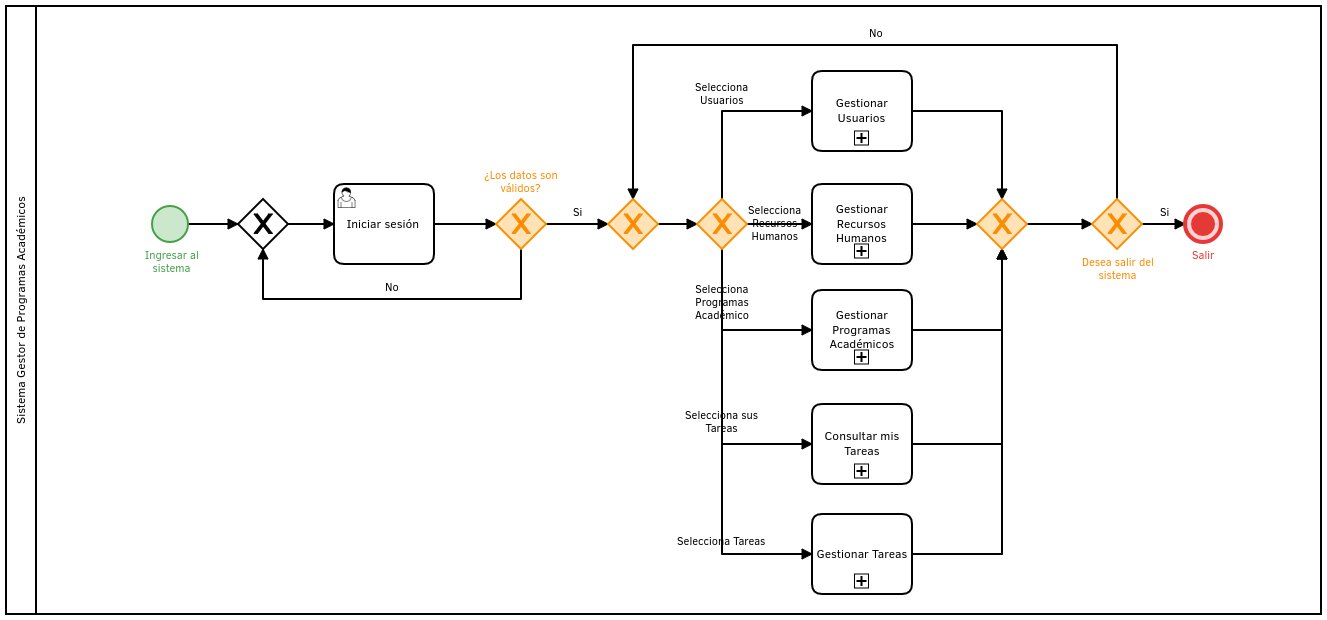
Above: Manual de Usuario/Jefe de Innovación Educatva/images/SP1/ProcesoGeneral.png in SoftwareEngineerESCOM/IngSof (BPMN), before the change. Its source is kept beside it as Manual de Usuario/Jefe de Innovación Educatva/images/SP1/ProcesoGeneral.bpmn. Ids are renumbered.
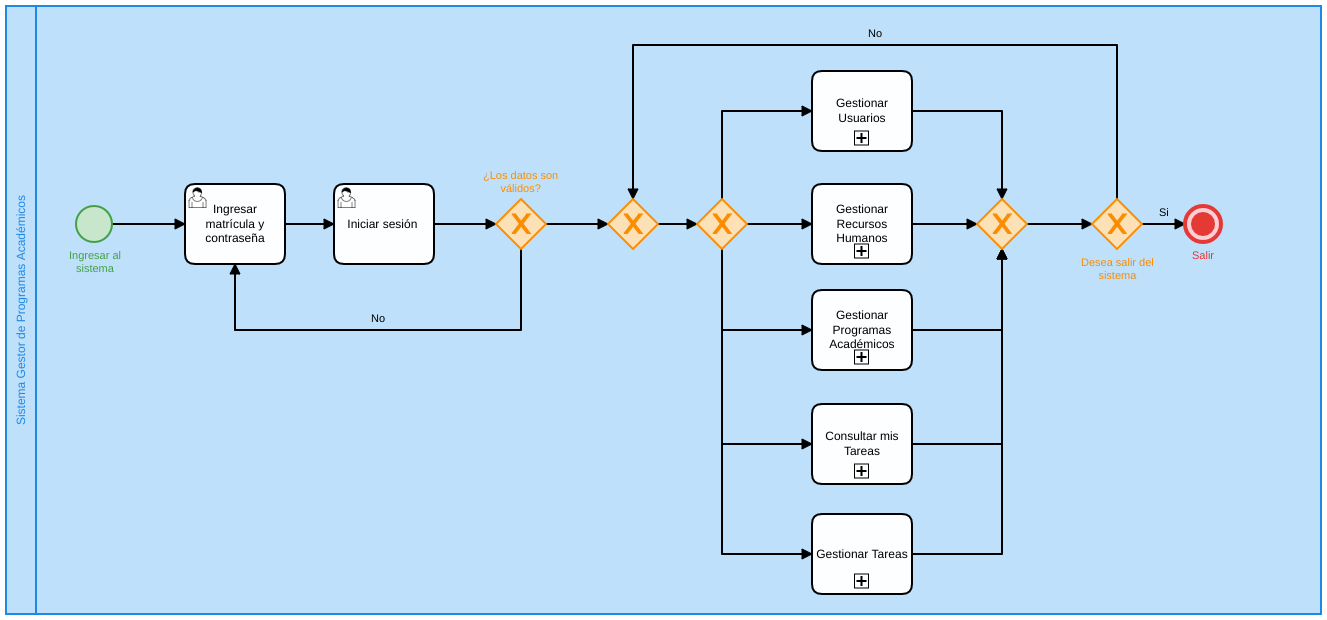
Above is the later version.

The edit, as a diff of the source:
```diff
@@ -1,4 +1,4 @@
-<bpmn:definitions xmlns:bpmn="http://www.omg.org/spec/BPMN/20100524/MODEL" xmlns:bpmndi="http://www.omg.org/spec/BPMN/20100524/DI" xmlns:di="http://www.omg.org/spec/DD/20100524/DI" xmlns:dc="http://www.omg.org/spec/DD/20100524/DC" xmlns:bioc="http://bpmn.io/schema/bpmn/biocolor/1.0" id="Definitions_n1" targetNamespace="http://bpmn.io/schema/bpmn" exporter="Camunda Modeler" exporterVersion="2.0.3">
+<bpmn:definitions xmlns:bpmn="http://www.omg.org/spec/BPMN/20100524/MODEL" xmlns:bpmndi="http://www.omg.org/spec/BPMN/20100524/DI" xmlns:di="http://www.omg.org/spec/DD/20100524/DI" xmlns:dc="http://www.omg.org/spec/DD/20100524/DC" xmlns:bioc="http://bpmn.io/schema/bpmn/biocolor/1.0" id="Definitions_n1" targetNamespace="http://bpmn.io/schema/bpmn" exporter="Camunda Modeler" exporterVersion="2.0.1">
   <bpmn:collaboration id="Collaboration_n2">
     <bpmn:participant id="Participant_n3" name="Sistema Gestor de Programas Académicos" processRef="Process_1" />
   </bpmn:collaboration>
@@ -6,10 +6,13 @@
     <bpmn:sequenceFlow id="SequenceFlow_n4" sourceRef="Task_n5" targetRef="ExclusiveGateway_n6" />
     <bpmn:sequenceFlow id="SequenceFlow_n7" sourceRef="Task_n8" targetRef="ExclusiveGateway_n6" />
     <bpmn:sequenceFlow id="SequenceFlow_n9" sourceRef="Task_n10" targetRef="ExclusiveGateway_n6" />
-    <bpmn:sequenceFlow id="SequenceFlow_n11" name="Selecciona Programas Académico" sourceRef="ExclusiveGateway_n12" targetRef="Task_n5" />
-    <bpmn:sequenceFlow id="SequenceFlow_n13" name="Selecciona Recursos Humanos" sourceRef="ExclusiveGateway_n12" targetRef="Task_n8" />
-    <bpmn:sequenceFlow id="SequenceFlow_n14" name="Selecciona Usuarios" sourceRef="ExclusiveGateway_n12" targetRef="Task_n10" />
+    <bpmn:sequenceFlow id="SequenceFlow_n11" sourceRef="ExclusiveGateway_n12" targetRef="Task_n5" />
+    <bpmn:sequenceFlow id="SequenceFlow_n13" sourceRef="ExclusiveGateway_n12" targetRef="Task_n8" />
+    <bpmn:sequenceFlow id="SequenceFlow_n14" sourceRef="ExclusiveGateway_n12" targetRef="Task_n10" />
     <bpmn:sequenceFlow id="SequenceFlow_n15" sourceRef="Task_n16" targetRef="ExclusiveGateway_n17" />
+    <bpmn:sequenceFlow id="SequenceFlow_n36" name="No" sourceRef="ExclusiveGateway_n17" targetRef="Task_n37" />
+    <bpmn:sequenceFlow id="SequenceFlow_n38" sourceRef="StartEvent_1" targetRef="Task_n37" />
+    <bpmn:sequenceFlow id="SequenceFlow_n39" sourceRef="Task_n37" targetRef="Task_n16" />
     <bpmn:subProcess id="Task_n5" name="Gestionar Programas Académicos">
       <bpmn:incoming>SequenceFlow_n11</bpmn:incoming>
       <bpmn:outgoing>SequenceFlow_n4</bpmn:outgoing>
@@ -30,16 +33,24 @@
       <bpmn:outgoing>SequenceFlow_n19</bpmn:outgoing>
       <bpmn:outgoing>SequenceFlow_n20</bpmn:outgoing>
     </bpmn:exclusiveGateway>
+    <bpmn:userTask id="Task_n37" name="Ingresar &#10;matrícula y contraseña">
+      <bpmn:incoming>SequenceFlow_n36</bpmn:incoming>
+      <bpmn:incoming>SequenceFlow_n38</bpmn:incoming>
+      <bpmn:outgoing>SequenceFlow_n39</bpmn:outgoing>
+    </bpmn:userTask>
     <bpmn:exclusiveGateway id="ExclusiveGateway_n17" name="¿Los datos son válidos?">
       <bpmn:incoming>SequenceFlow_n15</bpmn:incoming>
+      <bpmn:outgoing>SequenceFlow_n36</bpmn:outgoing>
       <bpmn:outgoing>SequenceFlow_n21</bpmn:outgoing>
-      <bpmn:outgoing>SequenceFlow_n22</bpmn:outgoing>
     </bpmn:exclusiveGateway>
     <bpmn:userTask id="Task_n16" name="Iniciar sesión ">
-      <bpmn:incoming>SequenceFlow_n23</bpmn:incoming>
+      <bpmn:incoming>SequenceFlow_n39</bpmn:incoming>
       <bpmn:outgoing>SequenceFlow_n15</bpmn:outgoing>
     </bpmn:userTask>
-    <bpmn:sequenceFlow id="SequenceFlow_n21" name="Si" sourceRef="ExclusiveGateway_n17" targetRef="ExclusiveGateway_n24" />
+    <bpmn:startEvent id="StartEvent_1" name="Ingresar al sistema">
+      <bpmn:outgoing>SequenceFlow_n38</bpmn:outgoing>
+    </bpmn:startEvent>
+    <bpmn:sequenceFlow id="SequenceFlow_n21" sourceRef="ExclusiveGateway_n17" targetRef="ExclusiveGateway_n24" />
     <bpmn:sequenceFlow id="SequenceFlow_n18" sourceRef="ExclusiveGateway_n24" targetRef="ExclusiveGateway_n12" />
     <bpmn:exclusiveGateway id="ExclusiveGateway_n25" name="Desea salir del sistema">
       <bpmn:incoming>SequenceFlow_n26</bpmn:incoming>
@@ -66,8 +77,8 @@
       <bpmn:incoming>SequenceFlow_n28</bpmn:incoming>
       <bpmn:outgoing>SequenceFlow_n18</bpmn:outgoing>
     </bpmn:exclusiveGateway>
-    <bpmn:sequenceFlow id="SequenceFlow_n19" name="Selecciona sus Tareas" sourceRef="ExclusiveGateway_n12" targetRef="Task_n32" />
-    <bpmn:sequenceFlow id="SequenceFlow_n20" name="Selecciona Tareas" sourceRef="ExclusiveGateway_n12" targetRef="Task_n33" />
+    <bpmn:sequenceFlow id="SequenceFlow_n19" sourceRef="ExclusiveGateway_n12" targetRef="Task_n32" />
+    <bpmn:sequenceFlow id="SequenceFlow_n20" sourceRef="ExclusiveGateway_n12" targetRef="Task_n33" />
     <bpmn:sequenceFlow id="SequenceFlow_n30" sourceRef="Task_n33" targetRef="ExclusiveGateway_n6" />
     <bpmn:sequenceFlow id="SequenceFlow_n31" sourceRef="Task_n32" targetRef="ExclusiveGateway_n6" />
     <bpmn:subProcess id="Task_n32" name="Consultar mis Tareas">
@@ -78,27 +89,16 @@
       <bpmn:incoming>SequenceFlow_n20</bpmn:incoming>
       <bpmn:outgoing>SequenceFlow_n30</bpmn:outgoing>
     </bpmn:subProcess>
-    <bpmn:startEvent id="StartEvent_1" name="Ingresar al sistema">
-      <bpmn:outgoing>SequenceFlow_n34</bpmn:outgoing>
-    </bpmn:startEvent>
-    <bpmn:exclusiveGateway id="ExclusiveGateway_n35">
-      <bpmn:incoming>SequenceFlow_n34</bpmn:incoming>
-      <bpmn:incoming>SequenceFlow_n22</bpmn:incoming>
-      <bpmn:outgoing>SequenceFlow_n23</bpmn:outgoing>
-    </bpmn:exclusiveGateway>
-    <bpmn:sequenceFlow id="SequenceFlow_n34" sourceRef="StartEvent_1" targetRef="ExclusiveGateway_n35" />
-    <bpmn:sequenceFlow id="SequenceFlow_n23" sourceRef="ExclusiveGateway_n35" targetRef="Task_n16" />
-    <bpmn:sequenceFlow id="SequenceFlow_n22" name="No" sourceRef="ExclusiveGateway_n17" targetRef="ExclusiveGateway_n35" />
   </bpmn:process>
   <bpmndi:BPMNDiagram id="BPMNDiagram_1">
     <bpmndi:BPMNPlane id="BPMNPlane_1" bpmnElement="Collaboration_n2">
-      <bpmndi:BPMNShape id="Participant_n3_di" bpmnElement="Participant_n3">
+      <bpmndi:BPMNShape id="Participant_n3_di" bpmnElement="Participant_n3" bioc:stroke="#1E88E5" bioc:fill="#BBDEFB">
         <dc:Bounds x="92" y="-99" width="1315" height="608" />
       </bpmndi:BPMNShape>
       <bpmndi:BPMNShape id="_BPMNShape_StartEvent_2" bpmnElement="StartEvent_1" bioc:stroke="#43A047" bioc:fill="#C8E6C9">
-        <dc:Bounds x="238" y="101" width="36" height="36" />
+        <dc:Bounds x="162" y="101" width="36" height="36" />
         <bpmndi:BPMNLabel>
-          <dc:Bounds x="231" y="144" width="53" height="27" />
+          <dc:Bounds x="155" y="144" width="52" height="27" />
         </bpmndi:BPMNLabel>
       </bpmndi:BPMNShape>
       <bpmndi:BPMNShape id="UserTask_0u307z2_di" bpmnElement="Task_n16">
@@ -114,11 +114,31 @@
         <di:waypoint x="520" y="119" />
         <di:waypoint x="582" y="119" />
       </bpmndi:BPMNEdge>
+      <bpmndi:BPMNEdge id="SequenceFlow_n36_di" bpmnElement="SequenceFlow_n36">
+        <di:waypoint x="607" y="144" />
+        <di:waypoint x="607" y="225" />
+        <di:waypoint x="321" y="225" />
+        <di:waypoint x="321" y="159" />
+        <bpmndi:BPMNLabel>
+          <dc:Bounds x="457" y="207" width="15" height="14" />
+        </bpmndi:BPMNLabel>
+      </bpmndi:BPMNEdge>
+      <bpmndi:BPMNEdge id="SequenceFlow_n38_di" bpmnElement="SequenceFlow_n38">
+        <di:waypoint x="198" y="119" />
+        <di:waypoint x="271" y="119" />
+      </bpmndi:BPMNEdge>
+      <bpmndi:BPMNEdge id="SequenceFlow_n39_di" bpmnElement="SequenceFlow_n39">
+        <di:waypoint x="371" y="119" />
+        <di:waypoint x="420" y="119" />
+      </bpmndi:BPMNEdge>
       <bpmndi:BPMNShape id="EndEvent_0g9lc97_di" bpmnElement="EndEvent_n29" bioc:stroke="#E53935" bioc:fill="#FFCDD2">
         <dc:Bounds x="1271" y="101" width="36" height="36" />
         <bpmndi:BPMNLabel>
           <dc:Bounds x="1278" y="144" width="23" height="14" />
         </bpmndi:BPMNLabel>
+      </bpmndi:BPMNShape>
+      <bpmndi:BPMNShape id="UserTask_12f2yu4_di" bpmnElement="Task_n37">
+        <dc:Bounds x="271" y="79" width="100" height="80" />
       </bpmndi:BPMNShape>
       <bpmndi:BPMNShape id="ExclusiveGateway_n12_di" bpmnElement="ExclusiveGateway_n12" isMarkerVisible="true" bioc:stroke="#FB8C00" bioc:fill="#FFE0B2">
         <dc:Bounds x="783" y="94" width="50" height="50" />
@@ -127,9 +147,6 @@
         <di:waypoint x="808" y="94" />
         <di:waypoint x="808" y="6" />
         <di:waypoint x="898" y="6" />
-        <bpmndi:BPMNLabel>
-          <dc:Bounds x="781" y="-24" width="54" height="27" />
-        </bpmndi:BPMNLabel>
       </bpmndi:BPMNEdge>
       <bpmndi:BPMNShape id="SubProcess_1td60qm_di" bpmnElement="Task_n10">
         <dc:Bounds x="898" y="-34" width="100" height="80" />
@@ -137,9 +154,6 @@
       <bpmndi:BPMNEdge id="SequenceFlow_n13_di" bpmnElement="SequenceFlow_n13">
         <di:waypoint x="833" y="119" />
         <di:waypoint x="898" y="119" />
-        <bpmndi:BPMNLabel>
-          <dc:Bounds x="834" y="99" width="54" height="40" />
-        </bpmndi:BPMNLabel>
       </bpmndi:BPMNEdge>
       <bpmndi:BPMNShape id="SubProcess_06q18hk_di" bpmnElement="Task_n8">
         <dc:Bounds x="898" y="79" width="100" height="80" />
@@ -148,9 +162,6 @@
         <di:waypoint x="808" y="144" />
         <di:waypoint x="808" y="225" />
         <di:waypoint x="898" y="225" />
-        <bpmndi:BPMNLabel>
-          <dc:Bounds x="781" y="178" width="54" height="40" />
-        </bpmndi:BPMNLabel>
       </bpmndi:BPMNEdge>
       <bpmndi:BPMNShape id="SubProcess_0sw29jd_di" bpmnElement="Task_n5">
         <dc:Bounds x="898" y="185" width="100" height="80" />
@@ -172,9 +183,6 @@
       <bpmndi:BPMNEdge id="SequenceFlow_n21_di" bpmnElement="SequenceFlow_n21">
         <di:waypoint x="632" y="119" />
         <di:waypoint x="694" y="119" />
-        <bpmndi:BPMNLabel>
-          <dc:Bounds x="659" y="101" width="9" height="14" />
-        </bpmndi:BPMNLabel>
       </bpmndi:BPMNEdge>
       <bpmndi:BPMNEdge id="SequenceFlow_n18_di" bpmnElement="SequenceFlow_n18">
         <di:waypoint x="744" y="119" />
@@ -216,17 +224,11 @@
         <di:waypoint x="808" y="144" />
         <di:waypoint x="808" y="339" />
         <di:waypoint x="898" y="339" />
-        <bpmndi:BPMNLabel>
-          <dc:Bounds x="771" y="304" width="73" height="27" />
-        </bpmndi:BPMNLabel>
       </bpmndi:BPMNEdge>
       <bpmndi:BPMNEdge id="SequenceFlow_n20_di" bpmnElement="SequenceFlow_n20">
         <di:waypoint x="808" y="144" />
         <di:waypoint x="808" y="449" />
         <di:waypoint x="898" y="449" />
-        <bpmndi:BPMNLabel>
-          <dc:Bounds x="763" y="430" width="89" height="14" />
-        </bpmndi:BPMNLabel>
       </bpmndi:BPMNEdge>
       <bpmndi:BPMNEdge id="SequenceFlow_n30_di" bpmnElement="SequenceFlow_n30">
         <di:waypoint x="998" y="449" />
@@ -244,26 +246,6 @@
       <bpmndi:BPMNShape id="SubProcess_15kvewm_di" bpmnElement="Task_n33">
         <dc:Bounds x="898" y="409" width="100" height="80" />
       </bpmndi:BPMNShape>
-      <bpmndi:BPMNShape id="ExclusiveGateway_n35_di" bpmnElement="ExclusiveGateway_n35" isMarkerVisible="true">
-        <dc:Bounds x="324" y="94" width="50" height="50" />
-      </bpmndi:BPMNShape>
-      <bpmndi:BPMNEdge id="SequenceFlow_n34_di" bpmnElement="SequenceFlow_n34">
-        <di:waypoint x="274" y="119" />
-        <di:waypoint x="324" y="119" />
-      </bpmndi:BPMNEdge>
-      <bpmndi:BPMNEdge id="SequenceFlow_n23_di" bpmnElement="SequenceFlow_n23">
-        <di:waypoint x="374" y="119" />
-        <di:waypoint x="420" y="119" />
-      </bpmndi:BPMNEdge>
-      <bpmndi:BPMNEdge id="SequenceFlow_n22_di" bpmnElement="SequenceFlow_n22">
-        <di:waypoint x="607" y="144" />
-        <di:waypoint x="607" y="194" />
-        <di:waypoint x="349" y="194" />
-        <di:waypoint x="349" y="144" />
-        <bpmndi:BPMNLabel>
-          <dc:Bounds x="471" y="176" width="14" height="14" />
-        </bpmndi:BPMNLabel>
-      </bpmndi:BPMNEdge>
     </bpmndi:BPMNPlane>
   </bpmndi:BPMNDiagram>
 </bpmn:definitions>
```
